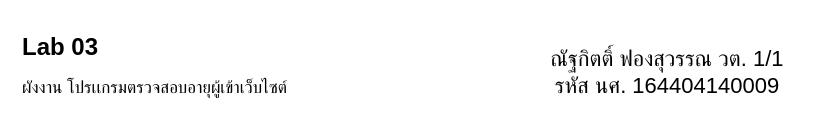
Above: LAB04.drawio in ENDERCAFe/Computer_Programming_Lab (draw.io), before the change. Source tidied: cells renumbered, new cells numbered last; positions are measured from the earlier drawing's top-left corner, leaving out a move shared by most shapes. Both pictures are drawn from the tidied source at 100%, with x=0, y=0 at pixel (17, 27).
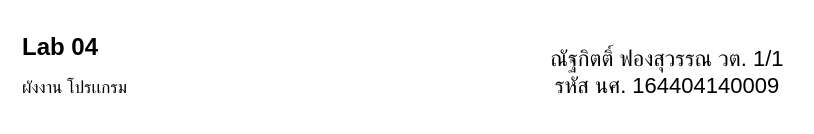
After the change.

Diff of the diagram source:
```diff
@@
 <mxGraphModel>
   <root>
     <mxCell id="0" />
     <mxCell id="1" parent="0" />
     <mxCell id="2" value="&lt;font style=&quot;font-size: 22px&quot;&gt;ณัฐกิตติ์ ฟองสุวรรณ วต. 1/1&lt;br&gt;รหัส นศ. 164404140009&lt;br&gt;&lt;/font&gt;" style="text;html=1;strokeColor=none;fillColor=none;align=center;verticalAlign=middle;whiteSpace=wrap;rounded=0;" parent="1" vertex="1">
       <mxGeometry x="520" y="35" width="260" height="20" as="geometry" />
     </mxCell>
-    <mxCell id="3" value="&lt;h1&gt;Lab 03&lt;/h1&gt;&lt;p&gt;&lt;font style=&quot;font-size: 17px&quot;&gt;ผังงาน โปรเเกรมตรวจสอบอายุผู้เข้าเว็บไซต์&lt;br&gt;&lt;/font&gt;&lt;/p&gt;" style="text;html=1;strokeColor=none;fillColor=none;spacing=5;spacingTop=-20;whiteSpace=wrap;overflow=hidden;rounded=0;" parent="1" vertex="1">
+    <mxCell id="3" value="&lt;h1&gt;Lab 04&lt;/h1&gt;&lt;p&gt;&lt;font style=&quot;font-size: 17px&quot;&gt;ผังงาน โปรเเกรม&lt;br&gt;&lt;/font&gt;&lt;/p&gt;" style="text;html=1;strokeColor=none;fillColor=none;spacing=5;spacingTop=-20;whiteSpace=wrap;overflow=hidden;rounded=0;" parent="1" vertex="1">
       <mxGeometry width="290" height="90" as="geometry" />
     </mxCell>
   </root>
 </mxGraphModel>
```
